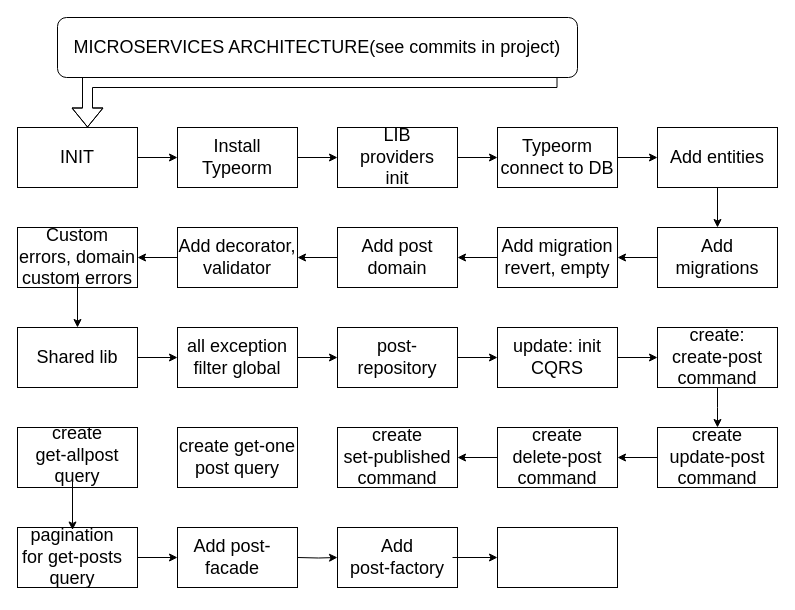
The draw.io diagram draw/Диаграмма без названия.drawio in wtfkimi/structure_algoritms, before the edit. Source tidied: cells renumbered, new cells numbered last; positions are measured from the earlier drawing's top-left corner, leaving out a move shared by most shapes. Both pictures are drawn from the tidied source at 100%, with x=0, y=0 at pixel (17, 17).
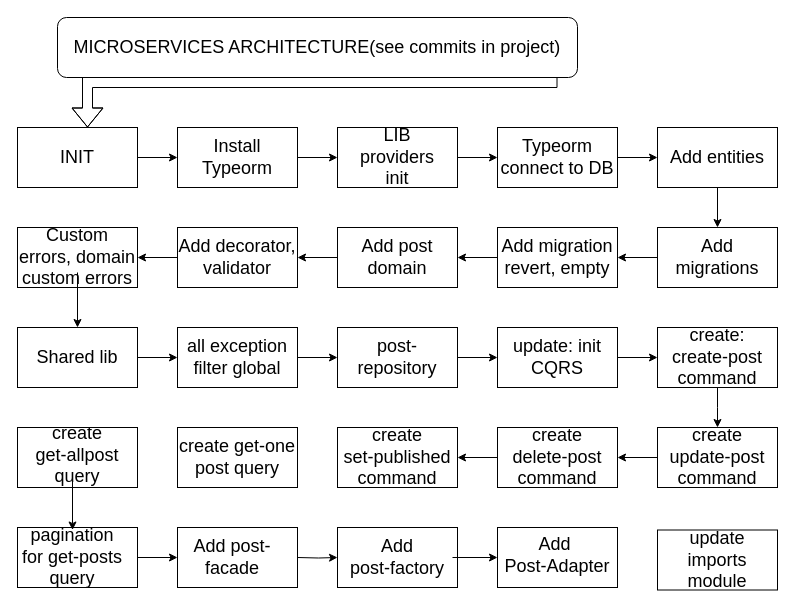
After the change.

What changed in the source:
```diff
@@
+    <mxCell id="72" value="&lt;span style=&quot;font-size: 18px;&quot;&gt;Add&amp;nbsp;&lt;br&gt;Post-Adapter&lt;br&gt;&lt;/span&gt;" style="text;html=1;strokeColor=none;fillColor=none;align=center;verticalAlign=middle;whiteSpace=wrap;rounded=0;" parent="1" vertex="1">
+      <mxGeometry x="485" y="510" width="110" height="55" as="geometry" />
+    </mxCell>
+    <mxCell id="73" style="rounded=0;whiteSpace=wrap;html=1;" parent="1" vertex="1">
+      <mxGeometry x="640" y="512.5" width="120" height="60" as="geometry" />
+    </mxCell>
+    <mxCell id="74" value="&lt;span style=&quot;font-size: 18px;&quot;&gt;update imports module&lt;br&gt;&lt;/span&gt;" style="text;html=1;strokeColor=none;fillColor=none;align=center;verticalAlign=middle;whiteSpace=wrap;rounded=0;" parent="1" vertex="1">
+      <mxGeometry x="645" y="515" width="110" height="55" as="geometry" />
+    </mxCell>
```
